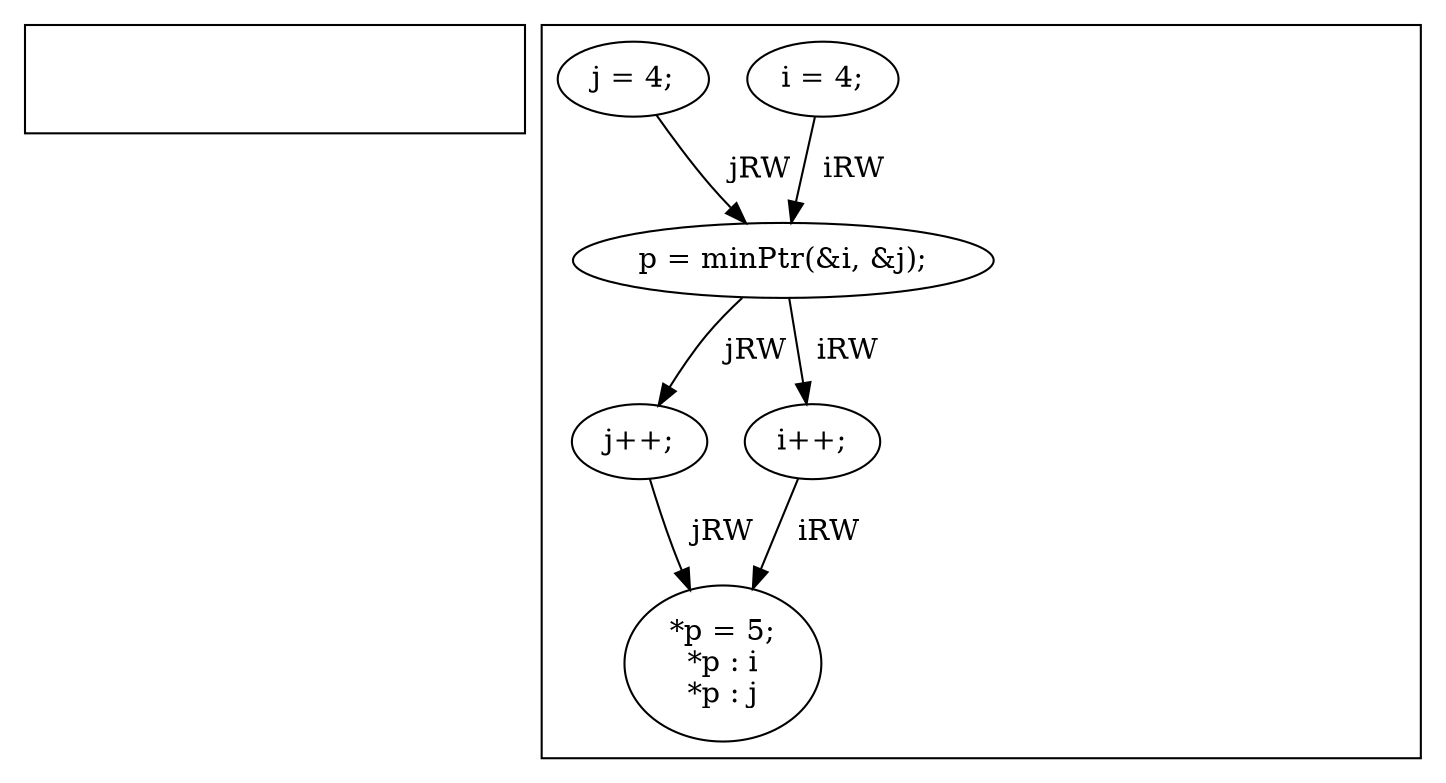
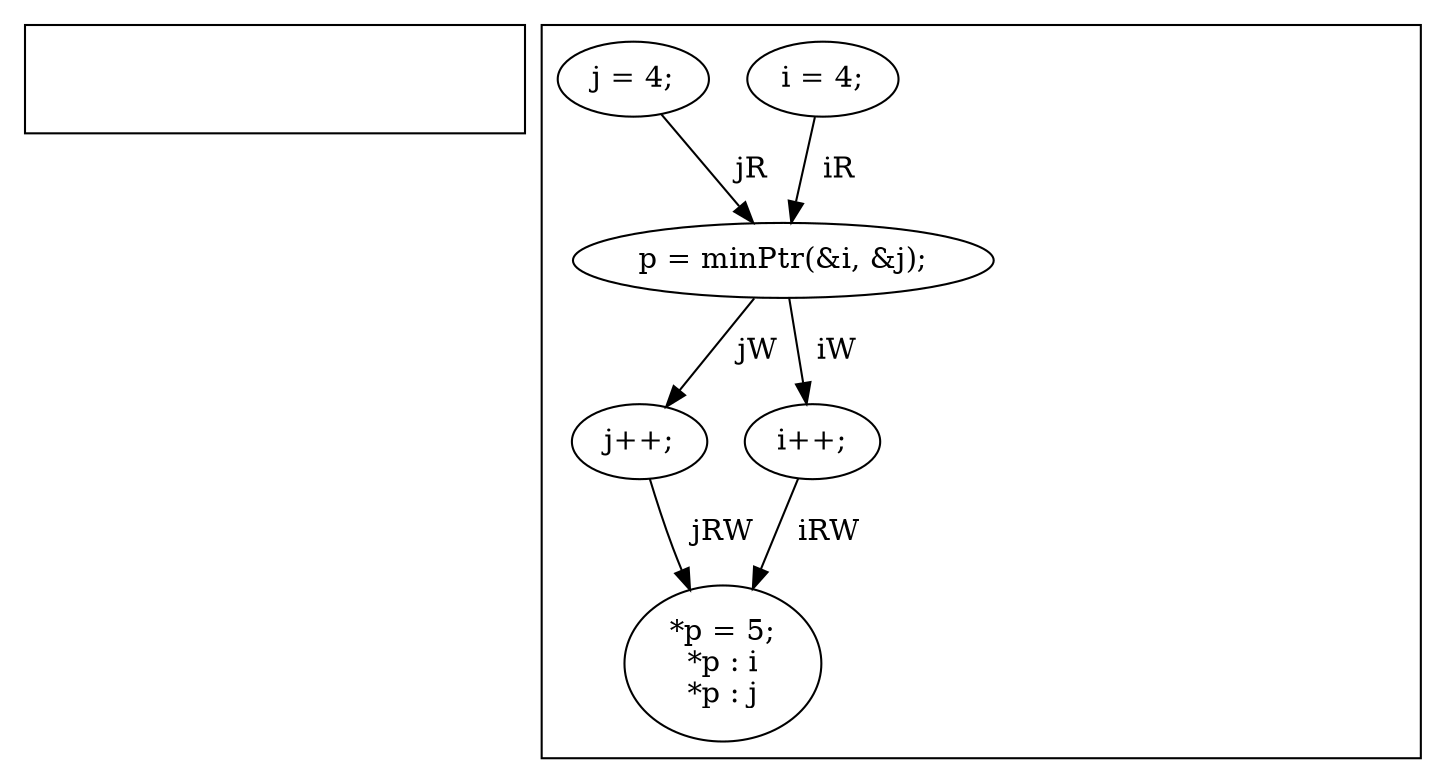
digraph G {
subgraph cluster_f0 {
    invisibleNodeScope_2 [style=invis];
}
subgraph cluster_f1 {
    invisibleNodeScope_3 [style=invis];
    0 [label="i = 4;"];
    1 [label="j = 4;"];
    2 [label="p = minPtr(&i, &j);"];
    3 [label="j++;"];
    4 [label="i++;"];
    5 [label="*p = 5;
*p : i
*p : j"];
}
-     0 -> 2[label="  iRW"];
-     1 -> 2[label="  jRW"];
-     2 -> 3[label="  jRW"];
-     2 -> 4[label="  iRW"];
+     0 -> 2[label="  iR"];
+     1 -> 2[label="  jR"];
+     2 -> 3[label="  jW"];
+     2 -> 4[label="  iW"];
    3 -> 5[label="  jRW"];
    4 -> 5[label="  iRW"];
}
